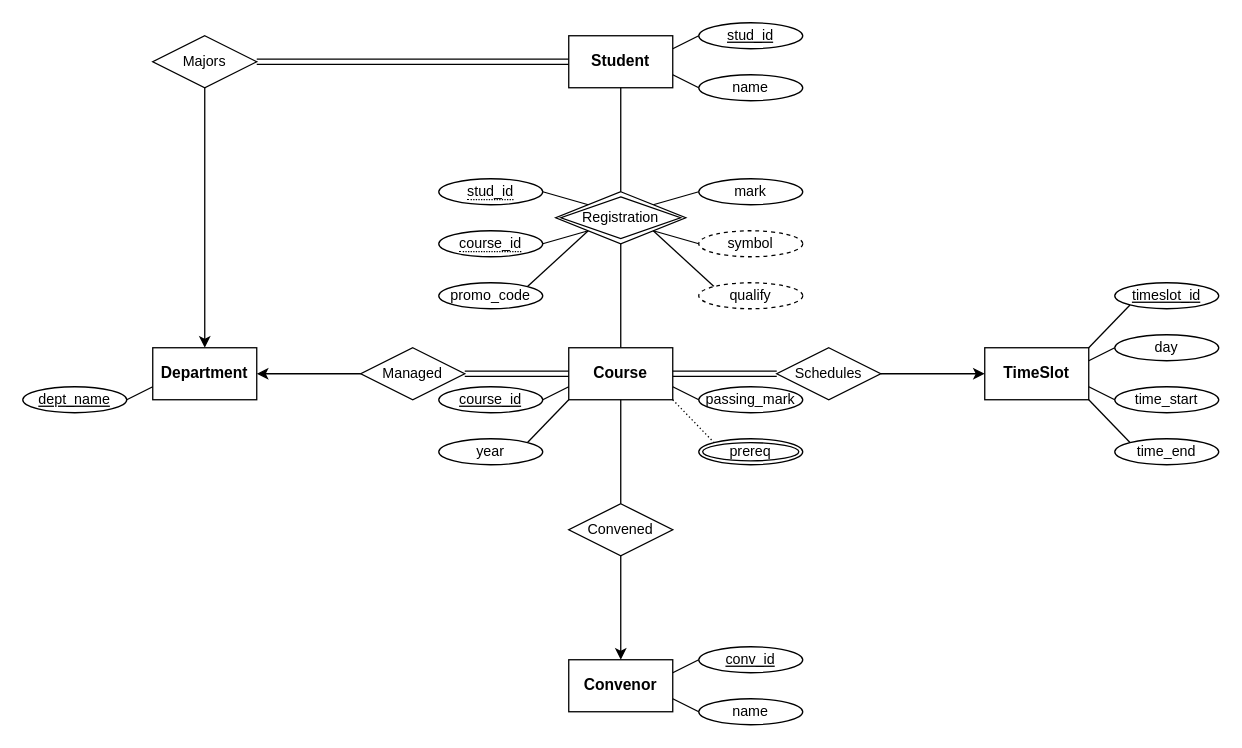
Before: page "Modified" (2 of 2) of greendale-community-college/er.drawio in hanggrian/IIT-CS425, a draw.io diagram. Source tidied: cells renumbered, new cells numbered last; positions are measured from the earlier drawing's top-left corner, leaving out a move shared by most shapes. Both pictures are drawn from the tidied source at 130%, with x=0, y=0 at pixel (22, 22).
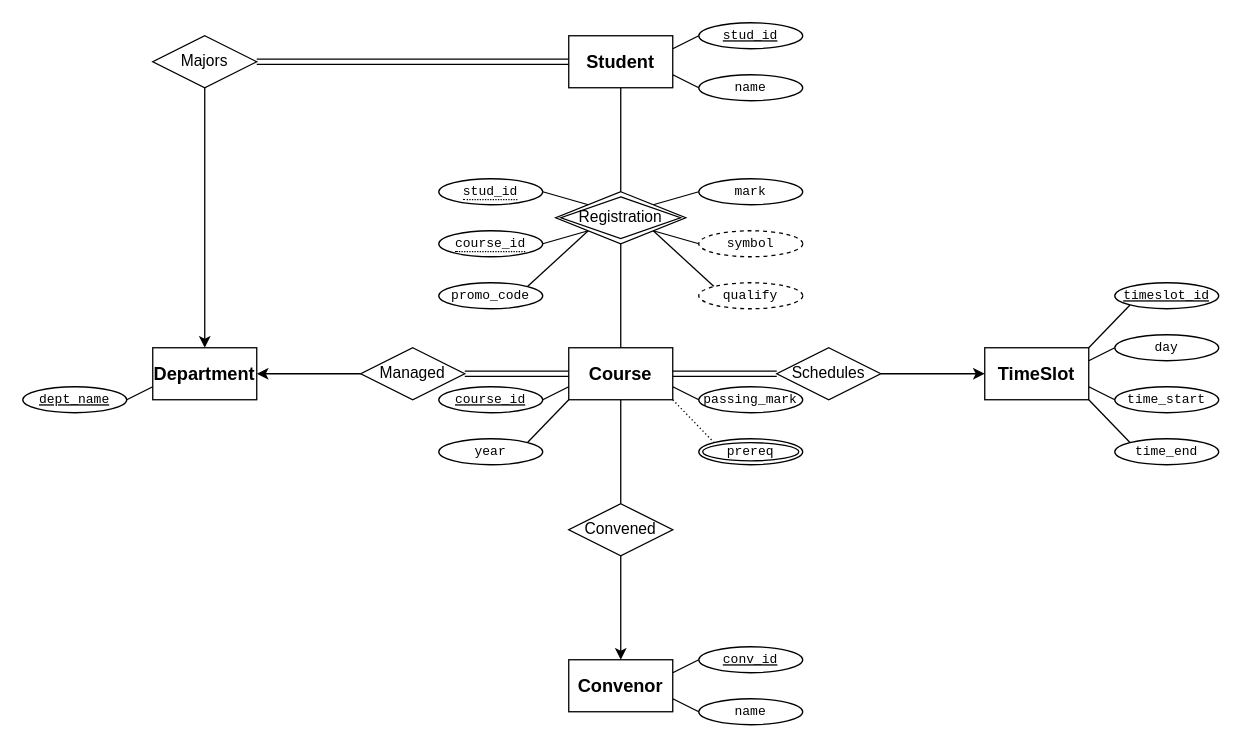
After the change.

What changed in the source:
```diff
@@
-    <mxCell id="2" style="rounded=0;jettySize=auto;html=1;exitX=0.5;exitY=0;exitDx=0;exitDy=0;entryX=0.5;entryY=1;entryDx=0;entryDy=0;endArrow=none;endFill=0;" parent="1" edge="1" source="3">
+    <mxCell id="2" style="rounded=0;jettySize=auto;html=1;exitX=0.5;exitY=0;exitDx=0;exitDy=0;entryX=0.5;entryY=1;entryDx=0;entryDy=0;endArrow=none;endFill=0;fontSize=12;" parent="1" edge="1" source="3">
       <mxGeometry relative="1" as="geometry">
         <mxPoint x="460" y="170" as="targetPoint" />
       </mxGeometry>
     </mxCell>
-    <mxCell id="3" value="Course" style="whiteSpace=wrap;html=1;align=center;fontSize=12;fontStyle=1;" parent="1" vertex="1">
+    <mxCell id="3" value="Course" style="whiteSpace=wrap;html=1;align=center;fontSize=14;fontStyle=1;" parent="1" vertex="1">
       <mxGeometry x="420" y="250" width="80" height="40" as="geometry" />
     </mxCell>
-    <mxCell id="4" style="endArrow=none;html=1;rounded=0;fontSize=11;exitX=1;exitY=0.5;exitDx=0;exitDy=0;entryX=0;entryY=0.75;entryDx=0;entryDy=0;" parent="1" edge="1" source="19" target="3">
+    <mxCell id="4" style="endArrow=none;html=1;rounded=0;fontSize=12;exitX=1;exitY=0.5;exitDx=0;exitDy=0;entryX=0;entryY=0.75;entryDx=0;entryDy=0;" parent="1" edge="1" source="19" target="3">
       <mxGeometry relative="1" as="geometry" />
     </mxCell>
-    <mxCell id="5" style="endArrow=none;html=1;rounded=0;fontSize=11;exitX=1;exitY=0;exitDx=0;exitDy=0;entryX=0;entryY=1;entryDx=0;entryDy=0;" parent="1" edge="1" source="41" target="3">
+    <mxCell id="5" style="endArrow=none;html=1;rounded=0;fontSize=12;exitX=1;exitY=0;exitDx=0;exitDy=0;entryX=0;entryY=1;entryDx=0;entryDy=0;" parent="1" edge="1" source="41" target="3">
       <mxGeometry relative="1" as="geometry" />
     </mxCell>
-    <mxCell id="6" value="TimeSlot" style="whiteSpace=wrap;html=1;align=center;fontSize=12;fontStyle=1;" parent="1" vertex="1">
+    <mxCell id="6" value="TimeSlot" style="whiteSpace=wrap;html=1;align=center;fontSize=14;fontStyle=1;" parent="1" vertex="1">
       <mxGeometry x="740" y="250" width="80" height="40" as="geometry" />
     </mxCell>
-    <mxCell id="7" style="rounded=0;jettySize=auto;html=1;entryX=0;entryY=0.5;entryDx=0;entryDy=0;exitX=1;exitY=0.5;exitDx=0;exitDy=0;" parent="1" edge="1" source="40" target="6">
+    <mxCell id="7" style="rounded=0;jettySize=auto;html=1;entryX=0;entryY=0.5;entryDx=0;entryDy=0;exitX=1;exitY=0.5;exitDx=0;exitDy=0;fontSize=12;" parent="1" edge="1" source="40" target="6">
       <mxGeometry relative="1" as="geometry" />
     </mxCell>
-    <mxCell id="8" value="Convenor" style="whiteSpace=wrap;html=1;align=center;fontSize=12;fontStyle=1;" parent="1" vertex="1">
+    <mxCell id="8" value="Convenor" style="whiteSpace=wrap;html=1;align=center;fontSize=14;fontStyle=1;" parent="1" vertex="1">
       <mxGeometry x="420" y="490" width="80" height="40" as="geometry" />
     </mxCell>
-    <mxCell id="9" style="rounded=0;jettySize=auto;html=1;exitX=0.5;exitY=1;exitDx=0;exitDy=0;entryX=0.5;entryY=0;entryDx=0;entryDy=0;endArrow=none;endFill=0;" parent="1" edge="1" source="3" target="39">
+    <mxCell id="9" style="rounded=0;jettySize=auto;html=1;exitX=0.5;exitY=1;exitDx=0;exitDy=0;entryX=0.5;entryY=0;entryDx=0;entryDy=0;endArrow=none;endFill=0;fontSize=12;" parent="1" edge="1" source="3" target="39">
       <mxGeometry relative="1" as="geometry" />
     </mxCell>
-    <mxCell id="10" value="Student" style="whiteSpace=wrap;html=1;align=center;fontSize=12;fontStyle=1;" parent="1" vertex="1">
+    <mxCell id="10" value="Student" style="whiteSpace=wrap;html=1;align=center;fontSize=14;fontStyle=1;" parent="1" vertex="1">
       <mxGeometry x="420" y="10" width="80" height="40" as="geometry" />
     </mxCell>
-    <mxCell id="11" style="rounded=0;jettySize=auto;html=1;exitX=0.5;exitY=0;exitDx=0;exitDy=0;entryX=0.5;entryY=1;entryDx=0;entryDy=0;endArrow=none;endFill=0;" parent="1" edge="1" target="10">
+    <mxCell id="11" style="rounded=0;jettySize=auto;html=1;exitX=0.5;exitY=0;exitDx=0;exitDy=0;entryX=0.5;entryY=1;entryDx=0;entryDy=0;endArrow=none;endFill=0;fontSize=12;" parent="1" edge="1" target="10">
       <mxGeometry relative="1" as="geometry">
         <mxPoint x="460" y="130" as="sourcePoint" />
       </mxGeometry>
     </mxCell>
-    <mxCell id="12" style="rounded=0;jettySize=auto;html=1;exitX=0.5;exitY=1;exitDx=0;exitDy=0;entryX=0.5;entryY=0;entryDx=0;entryDy=0;" parent="1" edge="1" source="13" target="15">
+    <mxCell id="12" style="rounded=0;jettySize=auto;html=1;exitX=0.5;exitY=1;exitDx=0;exitDy=0;entryX=0.5;entryY=0;entryDx=0;entryDy=0;fontSize=12;" parent="1" edge="1" source="13" target="15">
       <mxGeometry relative="1" as="geometry" />
     </mxCell>
-    <mxCell id="13" value="Majors" style="shape=rhombus;perimeter=rhombusPerimeter;whiteSpace=wrap;html=1;align=center;fontSize=11;" parent="1" vertex="1">
+    <mxCell id="13" value="Majors" style="shape=rhombus;perimeter=rhombusPerimeter;whiteSpace=wrap;html=1;align=center;fontSize=12;" parent="1" vertex="1">
       <mxGeometry x="100" y="10" width="80" height="40" as="geometry" />
     </mxCell>
-    <mxCell id="14" style="shape=link;html=1;rounded=0;exitX=1;exitY=0.5;exitDx=0;exitDy=0;entryX=0;entryY=0.5;entryDx=0;entryDy=0;" parent="1" edge="1" source="13" target="10">
+    <mxCell id="14" style="shape=link;html=1;rounded=0;exitX=1;exitY=0.5;exitDx=0;exitDy=0;entryX=0;entryY=0.5;entryDx=0;entryDy=0;fontSize=12;" parent="1" edge="1" source="13" target="10">
       <mxGeometry relative="1" as="geometry" />
     </mxCell>
-    <mxCell id="15" value="Department" style="whiteSpace=wrap;html=1;align=center;fontSize=12;fontStyle=1;" parent="1" vertex="1">
+    <mxCell id="15" value="Department" style="whiteSpace=wrap;html=1;align=center;fontSize=14;fontStyle=1;" parent="1" vertex="1">
       <mxGeometry x="100" y="250" width="80" height="40" as="geometry" />
     </mxCell>
-    <mxCell id="16" style="rounded=0;jettySize=auto;html=1;exitX=0;exitY=0.5;exitDx=0;exitDy=0;entryX=1;entryY=0.5;entryDx=0;entryDy=0;" parent="1" edge="1" source="17" target="15">
+    <mxCell id="16" style="rounded=0;jettySize=auto;html=1;exitX=0;exitY=0.5;exitDx=0;exitDy=0;entryX=1;entryY=0.5;entryDx=0;entryDy=0;fontSize=12;" parent="1" edge="1" source="17" target="15">
       <mxGeometry relative="1" as="geometry" />
     </mxCell>
-    <mxCell id="17" value="Managed" style="shape=rhombus;perimeter=rhombusPerimeter;whiteSpace=wrap;html=1;align=center;fontSize=11;" parent="1" vertex="1">
+    <mxCell id="17" value="Managed" style="shape=rhombus;perimeter=rhombusPerimeter;whiteSpace=wrap;html=1;align=center;fontSize=12;" parent="1" vertex="1">
       <mxGeometry x="260" y="250" width="80" height="40" as="geometry" />
     </mxCell>
-    <mxCell id="18" style="shape=link;html=1;rounded=0;entryX=0;entryY=0.5;entryDx=0;entryDy=0;exitX=1;exitY=0.5;exitDx=0;exitDy=0;" parent="1" edge="1" source="17" target="3">
+    <mxCell id="18" style="shape=link;html=1;rounded=0;entryX=0;entryY=0.5;entryDx=0;entryDy=0;exitX=1;exitY=0.5;exitDx=0;exitDy=0;fontSize=12;" parent="1" edge="1" source="17" target="3">
       <mxGeometry relative="1" as="geometry" />
     </mxCell>
-    <mxCell id="19" value="course_id" style="ellipse;whiteSpace=wrap;html=1;align=center;fontStyle=4;fontSize=11;" parent="1" vertex="1">
+    <mxCell id="19" value="course_id" style="ellipse;whiteSpace=wrap;html=1;align=center;fontStyle=4;fontSize=10;fontFamily=Courier New;" parent="1" vertex="1">
       <mxGeometry x="320" y="280" width="80" height="20" as="geometry" />
     </mxCell>
-    <mxCell id="20" value="dept_name" style="ellipse;whiteSpace=wrap;html=1;align=center;fontStyle=4;fontSize=11;" parent="1" vertex="1">
+    <mxCell id="20" value="dept_name" style="ellipse;whiteSpace=wrap;html=1;align=center;fontStyle=4;fontSize=10;fontFamily=Courier New;" parent="1" vertex="1">
       <mxGeometry y="280" width="80" height="20" as="geometry" />
     </mxCell>
-    <mxCell id="21" style="endArrow=none;html=1;rounded=0;fontSize=11;exitX=1;exitY=0.5;exitDx=0;exitDy=0;entryX=0;entryY=0.75;entryDx=0;entryDy=0;" parent="1" edge="1" source="20" target="15">
+    <mxCell id="21" style="endArrow=none;html=1;rounded=0;fontSize=12;exitX=1;exitY=0.5;exitDx=0;exitDy=0;entryX=0;entryY=0.75;entryDx=0;entryDy=0;" parent="1" edge="1" source="20" target="15">
       <mxGeometry relative="1" as="geometry" />
     </mxCell>
-    <mxCell id="22" value="conv_id" style="ellipse;whiteSpace=wrap;html=1;align=center;fontStyle=4;fontSize=11;" parent="1" vertex="1">
+    <mxCell id="22" value="conv_id" style="ellipse;whiteSpace=wrap;html=1;align=center;fontStyle=4;fontSize=10;fontFamily=Courier New;" parent="1" vertex="1">
       <mxGeometry x="520" y="480" width="80" height="20" as="geometry" />
     </mxCell>
-    <mxCell id="23" style="endArrow=none;html=1;rounded=0;fontSize=11;exitX=0;exitY=0.5;exitDx=0;exitDy=0;entryX=1;entryY=0.25;entryDx=0;entryDy=0;" parent="1" edge="1" source="22" target="8">
+    <mxCell id="23" style="endArrow=none;html=1;rounded=0;fontSize=12;exitX=0;exitY=0.5;exitDx=0;exitDy=0;entryX=1;entryY=0.25;entryDx=0;entryDy=0;" parent="1" edge="1" source="22" target="8">
       <mxGeometry relative="1" as="geometry" />
     </mxCell>
-    <mxCell id="24" value="stud_id" style="ellipse;whiteSpace=wrap;html=1;align=center;fontStyle=4;fontSize=11;" parent="1" vertex="1">
+    <mxCell id="24" value="stud_id" style="ellipse;whiteSpace=wrap;html=1;align=center;fontStyle=4;fontSize=10;fontFamily=Courier New;" parent="1" vertex="1">
       <mxGeometry x="520" width="80" height="20" as="geometry" />
     </mxCell>
-    <mxCell id="25" style="endArrow=none;html=1;rounded=0;fontSize=11;exitX=0;exitY=0.5;exitDx=0;exitDy=0;entryX=1;entryY=0.25;entryDx=0;entryDy=0;" parent="1" edge="1" source="24" target="10">
+    <mxCell id="25" style="endArrow=none;html=1;rounded=0;fontSize=12;exitX=0;exitY=0.5;exitDx=0;exitDy=0;entryX=1;entryY=0.25;entryDx=0;entryDy=0;" parent="1" edge="1" source="24" target="10">
       <mxGeometry relative="1" as="geometry" />
     </mxCell>
-    <mxCell id="26" value="name" style="ellipse;whiteSpace=wrap;html=1;align=center;fontSize=11;fontStyle=0;" parent="1" vertex="1">
+    <mxCell id="26" value="name" style="ellipse;whiteSpace=wrap;html=1;align=center;fontSize=10;fontStyle=0;fontFamily=Courier New;" parent="1" vertex="1">
       <mxGeometry x="520" y="520" width="80" height="20" as="geometry" />
     </mxCell>
-    <mxCell id="27" style="endArrow=none;html=1;rounded=0;fontSize=11;exitX=0;exitY=0.5;exitDx=0;exitDy=0;entryX=1;entryY=0.75;entryDx=0;entryDy=0;" parent="1" edge="1" source="26" target="8">
+    <mxCell id="27" style="endArrow=none;html=1;rounded=0;fontSize=12;exitX=0;exitY=0.5;exitDx=0;exitDy=0;entryX=1;entryY=0.75;entryDx=0;entryDy=0;" parent="1" edge="1" source="26" target="8">
       <mxGeometry relative="1" as="geometry" />
     </mxCell>
-    <mxCell id="28" value="name" style="ellipse;whiteSpace=wrap;html=1;align=center;fontSize=11;fontStyle=0;" parent="1" vertex="1">
+    <mxCell id="28" value="name" style="ellipse;whiteSpace=wrap;html=1;align=center;fontSize=10;fontStyle=0;fontFamily=Courier New;" parent="1" vertex="1">
       <mxGeometry x="520" y="40" width="80" height="20" as="geometry" />
     </mxCell>
-    <mxCell id="29" style="endArrow=none;html=1;rounded=0;fontSize=11;entryX=1;entryY=0.75;entryDx=0;entryDy=0;exitX=0;exitY=0.5;exitDx=0;exitDy=0;" parent="1" edge="1" source="28" target="10">
+    <mxCell id="29" style="endArrow=none;html=1;rounded=0;fontSize=12;entryX=1;entryY=0.75;entryDx=0;entryDy=0;exitX=0;exitY=0.5;exitDx=0;exitDy=0;" parent="1" edge="1" source="28" target="10">
       <mxGeometry relative="1" as="geometry" />
     </mxCell>
-    <mxCell id="30" value="timeslot_id" style="ellipse;whiteSpace=wrap;html=1;align=center;fontStyle=4;fontSize=11;" parent="1" vertex="1">
+    <mxCell id="30" value="timeslot_id" style="ellipse;whiteSpace=wrap;html=1;align=center;fontStyle=4;fontSize=10;fontFamily=Courier New;" parent="1" vertex="1">
       <mxGeometry x="840" y="200" width="80" height="20" as="geometry" />
     </mxCell>
-    <mxCell id="31" value="day" style="ellipse;whiteSpace=wrap;html=1;align=center;fontSize=11;fontStyle=0;" parent="1" vertex="1">
+    <mxCell id="31" value="day" style="ellipse;whiteSpace=wrap;html=1;align=center;fontSize=10;fontStyle=0;fontFamily=Courier New;" parent="1" vertex="1">
       <mxGeometry x="840" y="240" width="80" height="20" as="geometry" />
     </mxCell>
-    <mxCell id="32" value="time_start" style="ellipse;whiteSpace=wrap;html=1;align=center;fontSize=11;fontStyle=0;" parent="1" vertex="1">
+    <mxCell id="32" value="time_start" style="ellipse;whiteSpace=wrap;html=1;align=center;fontSize=10;fontStyle=0;fontFamily=Courier New;" parent="1" vertex="1">
       <mxGeometry x="840" y="280" width="80" height="20" as="geometry" />
     </mxCell>
-    <mxCell id="33" value="time_end" style="ellipse;whiteSpace=wrap;html=1;align=center;fontSize=11;fontStyle=0;" parent="1" vertex="1">
+    <mxCell id="33" value="time_end" style="ellipse;whiteSpace=wrap;html=1;align=center;fontSize=10;fontStyle=0;fontFamily=Courier New;" parent="1" vertex="1">
       <mxGeometry x="840" y="320" width="80" height="20" as="geometry" />
     </mxCell>
-    <mxCell id="34" style="endArrow=none;html=1;rounded=0;fontSize=11;exitX=0;exitY=1;exitDx=0;exitDy=0;entryX=1;entryY=0;entryDx=0;entryDy=0;" parent="1" edge="1" source="30" target="6">
+    <mxCell id="34" style="endArrow=none;html=1;rounded=0;fontSize=12;exitX=0;exitY=1;exitDx=0;exitDy=0;entryX=1;entryY=0;entryDx=0;entryDy=0;" parent="1" edge="1" source="30" target="6">
       <mxGeometry relative="1" as="geometry" />
     </mxCell>
-    <mxCell id="35" style="endArrow=none;html=1;rounded=0;fontSize=11;exitX=0;exitY=0.5;exitDx=0;exitDy=0;entryX=1;entryY=0.25;entryDx=0;entryDy=0;" parent="1" edge="1" source="31" target="6">
+    <mxCell id="35" style="endArrow=none;html=1;rounded=0;fontSize=12;exitX=0;exitY=0.5;exitDx=0;exitDy=0;entryX=1;entryY=0.25;entryDx=0;entryDy=0;" parent="1" edge="1" source="31" target="6">
       <mxGeometry relative="1" as="geometry" />
     </mxCell>
-    <mxCell id="36" style="endArrow=none;html=1;rounded=0;fontSize=11;exitX=0;exitY=0.5;exitDx=0;exitDy=0;entryX=1;entryY=0.75;entryDx=0;entryDy=0;" parent="1" edge="1" source="32" target="6">
+    <mxCell id="36" style="endArrow=none;html=1;rounded=0;fontSize=12;exitX=0;exitY=0.5;exitDx=0;exitDy=0;entryX=1;entryY=0.75;entryDx=0;entryDy=0;" parent="1" edge="1" source="32" target="6">
       <mxGeometry relative="1" as="geometry" />
     </mxCell>
-    <mxCell id="37" style="endArrow=none;html=1;rounded=0;fontSize=11;exitX=0;exitY=0;exitDx=0;exitDy=0;entryX=1;entryY=1;entryDx=0;entryDy=0;" parent="1" edge="1" source="33" target="6">
+    <mxCell id="37" style="endArrow=none;html=1;rounded=0;fontSize=12;exitX=0;exitY=0;exitDx=0;exitDy=0;entryX=1;entryY=1;entryDx=0;entryDy=0;" parent="1" edge="1" source="33" target="6">
       <mxGeometry relative="1" as="geometry" />
     </mxCell>
-    <mxCell id="38" style="rounded=0;jettySize=auto;html=1;exitX=0.5;exitY=1;exitDx=0;exitDy=0;entryX=0.5;entryY=0;entryDx=0;entryDy=0;" parent="1" edge="1" source="39" target="8">
+    <mxCell id="38" style="rounded=0;jettySize=auto;html=1;exitX=0.5;exitY=1;exitDx=0;exitDy=0;entryX=0.5;entryY=0;entryDx=0;entryDy=0;fontSize=12;" parent="1" edge="1" source="39" target="8">
       <mxGeometry relative="1" as="geometry" />
     </mxCell>
-    <mxCell id="39" value="Convened" style="shape=rhombus;perimeter=rhombusPerimeter;whiteSpace=wrap;html=1;align=center;fontSize=11;" parent="1" vertex="1">
+    <mxCell id="39" value="Convened" style="shape=rhombus;perimeter=rhombusPerimeter;whiteSpace=wrap;html=1;align=center;fontSize=12;" parent="1" vertex="1">
       <mxGeometry x="420" y="370" width="80" height="40" as="geometry" />
     </mxCell>
-    <mxCell id="40" value="Schedules" style="shape=rhombus;perimeter=rhombusPerimeter;whiteSpace=wrap;html=1;align=center;fontSize=11;" parent="1" vertex="1">
+    <mxCell id="40" value="Schedules" style="shape=rhombus;perimeter=rhombusPerimeter;whiteSpace=wrap;html=1;align=center;fontSize=12;" parent="1" vertex="1">
       <mxGeometry x="580" y="250" width="80" height="40" as="geometry" />
     </mxCell>
-    <mxCell id="41" value="year" style="ellipse;whiteSpace=wrap;html=1;align=center;fontSize=11;fontStyle=0;" parent="1" vertex="1">
+    <mxCell id="41" value="year" style="ellipse;whiteSpace=wrap;html=1;align=center;fontSize=10;fontStyle=0;fontFamily=Courier New;" parent="1" vertex="1">
       <mxGeometry x="320" y="320" width="80" height="20" as="geometry" />
     </mxCell>
-    <mxCell id="42" style="shape=link;html=1;rounded=0;entryX=1;entryY=0.5;entryDx=0;entryDy=0;exitX=0;exitY=0.5;exitDx=0;exitDy=0;" parent="1" edge="1" source="40" target="3">
+    <mxCell id="42" style="shape=link;html=1;rounded=0;entryX=1;entryY=0.5;entryDx=0;entryDy=0;exitX=0;exitY=0.5;exitDx=0;exitDy=0;fontSize=12;" parent="1" edge="1" source="40" target="3">
       <mxGeometry relative="1" as="geometry" />
     </mxCell>
-    <mxCell id="43" value="&lt;span style=&quot;border-bottom: 1px dotted; font-size: 11px;&quot;&gt;course_id&lt;/span&gt;" style="ellipse;whiteSpace=wrap;html=1;align=center;fontSize=11;" parent="1" vertex="1">
+    <mxCell id="43" value="&lt;span style=&quot;border-bottom: 1px dotted; font-size: 10px;&quot;&gt;course_id&lt;/span&gt;" style="ellipse;whiteSpace=wrap;html=1;align=center;fontSize=10;fontFamily=Courier New;" parent="1" vertex="1">
       <mxGeometry x="320" y="160" width="80" height="20" as="geometry" />
     </mxCell>
-    <mxCell id="44" value="&lt;span style=&quot;border-bottom: 1px dotted; font-size: 11px;&quot;&gt;stud_id&lt;/span&gt;" style="ellipse;whiteSpace=wrap;html=1;align=center;fontSize=11;" parent="1" vertex="1">
+    <mxCell id="44" value="&lt;span style=&quot;border-bottom: 1px dotted; font-size: 10px;&quot;&gt;stud_id&lt;/span&gt;" style="ellipse;whiteSpace=wrap;html=1;align=center;fontSize=10;fontFamily=Courier New;" parent="1" vertex="1">
       <mxGeometry x="320" y="120" width="80" height="20" as="geometry" />
     </mxCell>
-    <mxCell id="45" style="endArrow=none;html=1;rounded=0;fontSize=11;exitX=0;exitY=0;exitDx=0;exitDy=0;entryX=1;entryY=0.5;entryDx=0;entryDy=0;" parent="1" edge="1" source="59" target="44">
+    <mxCell id="45" style="endArrow=none;html=1;rounded=0;fontSize=12;exitX=0;exitY=0;exitDx=0;exitDy=0;entryX=1;entryY=0.5;entryDx=0;entryDy=0;" parent="1" edge="1" source="59" target="44">
       <mxGeometry relative="1" as="geometry" />
     </mxCell>
-    <mxCell id="46" style="endArrow=none;html=1;rounded=0;fontSize=11;exitX=0;exitY=1;exitDx=0;exitDy=0;entryX=1;entryY=0.5;entryDx=0;entryDy=0;" parent="1" edge="1" source="59" target="43">
+    <mxCell id="46" style="endArrow=none;html=1;rounded=0;fontSize=12;exitX=0;exitY=1;exitDx=0;exitDy=0;entryX=1;entryY=0.5;entryDx=0;entryDy=0;" parent="1" edge="1" source="59" target="43">
       <mxGeometry relative="1" as="geometry" />
     </mxCell>
-    <mxCell id="47" value="mark" style="ellipse;whiteSpace=wrap;html=1;align=center;fontSize=11;fontStyle=0;" parent="1" vertex="1">
+    <mxCell id="47" value="mark" style="ellipse;whiteSpace=wrap;html=1;align=center;fontSize=10;fontStyle=0;fontFamily=Courier New;" parent="1" vertex="1">
       <mxGeometry x="520" y="120" width="80" height="20" as="geometry" />
     </mxCell>
-    <mxCell id="48" style="endArrow=none;html=1;rounded=0;fontSize=11;exitX=1;exitY=0;exitDx=0;exitDy=0;entryX=0;entryY=0.5;entryDx=0;entryDy=0;" parent="1" edge="1" source="59" target="47">
+    <mxCell id="48" style="endArrow=none;html=1;rounded=0;fontSize=12;exitX=1;exitY=0;exitDx=0;exitDy=0;entryX=0;entryY=0.5;entryDx=0;entryDy=0;" parent="1" edge="1" source="59" target="47">
       <mxGeometry relative="1" as="geometry" />
     </mxCell>
-    <mxCell id="49" style="endArrow=none;html=1;rounded=0;fontSize=11;exitX=1;exitY=1;exitDx=0;exitDy=0;entryX=0;entryY=0.5;entryDx=0;entryDy=0;" parent="1" edge="1" source="59" target="55">
+    <mxCell id="49" style="endArrow=none;html=1;rounded=0;fontSize=12;exitX=1;exitY=1;exitDx=0;exitDy=0;entryX=0;entryY=0.5;entryDx=0;entryDy=0;" parent="1" edge="1" source="59" target="55">
       <mxGeometry relative="1" as="geometry" />
     </mxCell>
-    <mxCell id="50" style="endArrow=none;html=1;rounded=0;fontSize=11;exitX=1;exitY=1;exitDx=0;exitDy=0;entryX=0;entryY=0;entryDx=0;entryDy=0;" parent="1" edge="1" source="59" target="56">
+    <mxCell id="50" style="endArrow=none;html=1;rounded=0;fontSize=12;exitX=1;exitY=1;exitDx=0;exitDy=0;entryX=0;entryY=0;entryDx=0;entryDy=0;" parent="1" edge="1" source="59" target="56">
       <mxGeometry relative="1" as="geometry" />
     </mxCell>
-    <mxCell id="51" value="prereq" style="ellipse;shape=doubleEllipse;margin=3;whiteSpace=wrap;html=1;align=center;fontSize=11;" parent="1" vertex="1">
+    <mxCell id="51" value="prereq" style="ellipse;shape=doubleEllipse;margin=3;whiteSpace=wrap;html=1;align=center;fontSize=10;fontFamily=Courier New;" parent="1" vertex="1">
       <mxGeometry x="520" y="320" width="80" height="20" as="geometry" />
     </mxCell>
-    <mxCell id="52" style="endArrow=none;html=1;rounded=0;dashed=1;dashPattern=1 2;entryX=0;entryY=0;entryDx=0;entryDy=0;exitX=1;exitY=1;exitDx=0;exitDy=0;" parent="1" edge="1" source="3" target="51">
+    <mxCell id="52" style="endArrow=none;html=1;rounded=0;dashed=1;dashPattern=1 2;entryX=0;entryY=0;entryDx=0;entryDy=0;exitX=1;exitY=1;exitDx=0;exitDy=0;fontSize=12;" parent="1" edge="1" source="3" target="51">
       <mxGeometry relative="1" as="geometry" />
     </mxCell>
-    <mxCell id="53" value="passing_mark" style="ellipse;whiteSpace=wrap;html=1;align=center;fontSize=11;fontStyle=0;" parent="1" vertex="1">
+    <mxCell id="53" value="passing_mark" style="ellipse;whiteSpace=wrap;html=1;align=center;fontSize=10;fontStyle=0;fontFamily=Courier New;" parent="1" vertex="1">
       <mxGeometry x="520" y="280" width="80" height="20" as="geometry" />
     </mxCell>
-    <mxCell id="54" style="endArrow=none;html=1;rounded=0;fontSize=11;exitX=0;exitY=0.5;exitDx=0;exitDy=0;entryX=1;entryY=0.75;entryDx=0;entryDy=0;exitPerimeter=0;" parent="1" edge="1" source="53" target="3">
+    <mxCell id="54" style="endArrow=none;html=1;rounded=0;fontSize=12;exitX=0;exitY=0.5;exitDx=0;exitDy=0;entryX=1;entryY=0.75;entryDx=0;entryDy=0;exitPerimeter=0;" parent="1" edge="1" source="53" target="3">
       <mxGeometry relative="1" as="geometry" />
     </mxCell>
-    <mxCell id="55" value="symbol" style="ellipse;whiteSpace=wrap;html=1;align=center;dashed=1;fontSize=11;" parent="1" vertex="1">
+    <mxCell id="55" value="symbol" style="ellipse;whiteSpace=wrap;html=1;align=center;dashed=1;fontSize=10;fontFamily=Courier New;" parent="1" vertex="1">
       <mxGeometry x="520" y="160" width="80" height="20" as="geometry" />
     </mxCell>
-    <mxCell id="56" value="qualify" style="ellipse;whiteSpace=wrap;html=1;align=center;dashed=1;fontSize=11;" parent="1" vertex="1">
+    <mxCell id="56" value="qualify" style="ellipse;whiteSpace=wrap;html=1;align=center;dashed=1;fontSize=10;fontFamily=Courier New;" parent="1" vertex="1">
       <mxGeometry x="520" y="200" width="80" height="20" as="geometry" />
     </mxCell>
-    <mxCell id="57" value="promo_code" style="ellipse;whiteSpace=wrap;html=1;align=center;fontSize=11;fontStyle=0;" parent="1" vertex="1">
+    <mxCell id="57" value="promo_code" style="ellipse;whiteSpace=wrap;html=1;align=center;fontSize=10;fontStyle=0;fontFamily=Courier New;" parent="1" vertex="1">
       <mxGeometry x="320" y="200" width="80" height="20" as="geometry" />
     </mxCell>
-    <mxCell id="58" style="endArrow=none;html=1;rounded=0;fontSize=11;entryX=1;entryY=0;entryDx=0;entryDy=0;exitX=0;exitY=1;exitDx=0;exitDy=0;" parent="1" edge="1" source="59" target="57">
+    <mxCell id="58" style="endArrow=none;html=1;rounded=0;fontSize=12;entryX=1;entryY=0;entryDx=0;entryDy=0;exitX=0;exitY=1;exitDx=0;exitDy=0;" parent="1" edge="1" source="59" target="57">
       <mxGeometry relative="1" as="geometry" />
     </mxCell>
-    <mxCell id="59" value="Registration" style="shape=rhombus;double=1;perimeter=rhombusPerimeter;whiteSpace=wrap;html=1;align=center;fontSize=11;" parent="1" vertex="1">
+    <mxCell id="59" value="Registration" style="shape=rhombus;double=1;perimeter=rhombusPerimeter;whiteSpace=wrap;html=1;align=center;fontSize=12;" parent="1" vertex="1">
       <mxGeometry x="410" y="130" width="100" height="40" as="geometry" />
     </mxCell>
```
